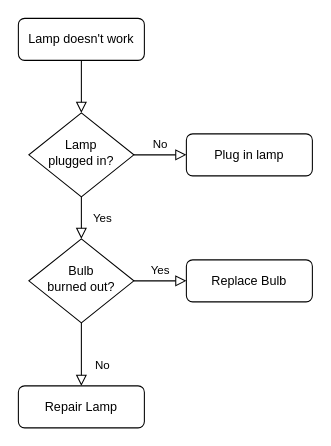
Above: 计费修复流程图.drawio in Owtware/flow_diagram (draw.io), before the change. Source tidied: cells renumbered, new cells numbered last; positions are measured from the earlier drawing's top-left corner, leaving out a move shared by most shapes. Both pictures are drawn from the tidied source at 105%, with x=0, y=0 at pixel (18, 18).
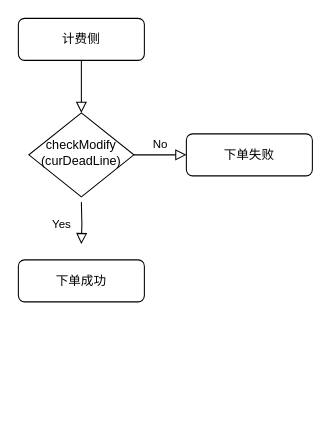
The same diagram, later.

Commit message:
更新计费修复流程图.drawio

Diff of the diagram source:
```diff
@@
 <mxGraphModel>
   <root>
     <mxCell id="0" />
     <mxCell id="1" parent="0" />
     <mxCell id="2" style="rounded=0;html=1;jettySize=auto;fontSize=11;endArrow=block;endFill=0;endSize=8;strokeWidth=1;shadow=0;labelBackgroundColor=none;edgeStyle=orthogonalEdgeStyle;" parent="1" edge="1" source="3" target="6">
       <mxGeometry relative="1" as="geometry" />
     </mxCell>
-    <mxCell id="3" value="Lamp doesn't work" style="rounded=1;whiteSpace=wrap;html=1;fontSize=12;glass=0;strokeWidth=1;shadow=0;" parent="1" vertex="1">
+    <mxCell id="3" value="计费侧" style="rounded=1;whiteSpace=wrap;html=1;fontSize=12;glass=0;strokeWidth=1;shadow=0;" parent="1" vertex="1">
       <mxGeometry width="120" height="40" as="geometry" />
     </mxCell>
-    <mxCell id="4" value="Yes" style="rounded=0;html=1;jettySize=auto;fontSize=11;endArrow=block;endFill=0;endSize=8;strokeWidth=1;shadow=0;labelBackgroundColor=none;edgeStyle=orthogonalEdgeStyle;" parent="1" edge="1" source="6" target="10">
-      <mxGeometry y="20" relative="1" as="geometry" />
+    <mxCell id="4" value="Yes" style="rounded=0;html=1;jettySize=auto;orthogonalLoop=1;fontSize=11;endArrow=block;endFill=0;endSize=8;strokeWidth=1;shadow=0;labelBackgroundColor=none;edgeStyle=orthogonalEdgeStyle;" parent="1" edge="1">
+      <mxGeometry y="20" relative="1" as="geometry">
+        <mxPoint x="60" y="175" as="sourcePoint" />
+        <mxPoint x="60" y="215" as="targetPoint" />
+      </mxGeometry>
     </mxCell>
     <mxCell id="5" value="No" style="edgeStyle=orthogonalEdgeStyle;rounded=0;html=1;jettySize=auto;fontSize=11;endArrow=block;endFill=0;endSize=8;strokeWidth=1;shadow=0;labelBackgroundColor=none;" parent="1" edge="1" source="6" target="7">
       <mxGeometry y="10" relative="1" as="geometry" />
     </mxCell>
-    <mxCell id="6" value="Lamp&lt;br&gt;plugged in?" style="rhombus;whiteSpace=wrap;html=1;shadow=0;fontFamily=Helvetica;fontSize=12;align=center;strokeWidth=1;spacing=6;spacingTop=-4;" parent="1" vertex="1">
+    <mxCell id="6" value="checkModify&lt;div&gt;(curDeadLine)&lt;/div&gt;" style="rhombus;whiteSpace=wrap;html=1;shadow=0;fontFamily=Helvetica;fontSize=12;align=center;strokeWidth=1;spacing=6;spacingTop=-4;" parent="1" vertex="1">
       <mxGeometry x="10" y="90" width="100" height="80" as="geometry" />
     </mxCell>
-    <mxCell id="7" value="Plug in lamp" style="rounded=1;whiteSpace=wrap;html=1;fontSize=12;glass=0;strokeWidth=1;shadow=0;" parent="1" vertex="1">
+    <mxCell id="7" value="下单失败" style="rounded=1;whiteSpace=wrap;html=1;fontSize=12;glass=0;strokeWidth=1;shadow=0;" parent="1" vertex="1">
       <mxGeometry x="160" y="110" width="120" height="40" as="geometry" />
     </mxCell>
-    <mxCell id="8" value="No" style="rounded=0;html=1;jettySize=auto;fontSize=11;endArrow=block;endFill=0;endSize=8;strokeWidth=1;shadow=0;labelBackgroundColor=none;edgeStyle=orthogonalEdgeStyle;" parent="1" edge="1" source="10" target="11">
-      <mxGeometry x="0.33" y="20" relative="1" as="geometry" />
-    </mxCell>
-    <mxCell id="9" value="Yes" style="edgeStyle=orthogonalEdgeStyle;rounded=0;html=1;jettySize=auto;fontSize=11;endArrow=block;endFill=0;endSize=8;strokeWidth=1;shadow=0;labelBackgroundColor=none;" parent="1" edge="1" source="10" target="12">
-      <mxGeometry y="10" relative="1" as="geometry" />
-    </mxCell>
-    <mxCell id="10" value="Bulb&lt;br&gt;burned out?" style="rhombus;whiteSpace=wrap;html=1;shadow=0;fontFamily=Helvetica;fontSize=12;align=center;strokeWidth=1;spacing=6;spacingTop=-4;" parent="1" vertex="1">
-      <mxGeometry x="10" y="210" width="100" height="80" as="geometry" />
-    </mxCell>
-    <mxCell id="11" value="Repair Lamp" style="rounded=1;whiteSpace=wrap;html=1;fontSize=12;glass=0;strokeWidth=1;shadow=0;" parent="1" vertex="1">
-      <mxGeometry y="350" width="120" height="40" as="geometry" />
+    <mxCell id="11" value="下单成功" style="rounded=1;whiteSpace=wrap;html=1;fontSize=12;glass=0;strokeWidth=1;shadow=0;" parent="1" vertex="1">
+      <mxGeometry y="230" width="120" height="40" as="geometry" />
     </mxCell>
-    <mxCell id="12" value="Replace Bulb" style="rounded=1;whiteSpace=wrap;html=1;fontSize=12;glass=0;strokeWidth=1;shadow=0;" parent="1" vertex="1">
-      <mxGeometry x="160" y="230" width="120" height="40" as="geometry" />
-    </mxCell>
   </root>
 </mxGraphModel>
```
